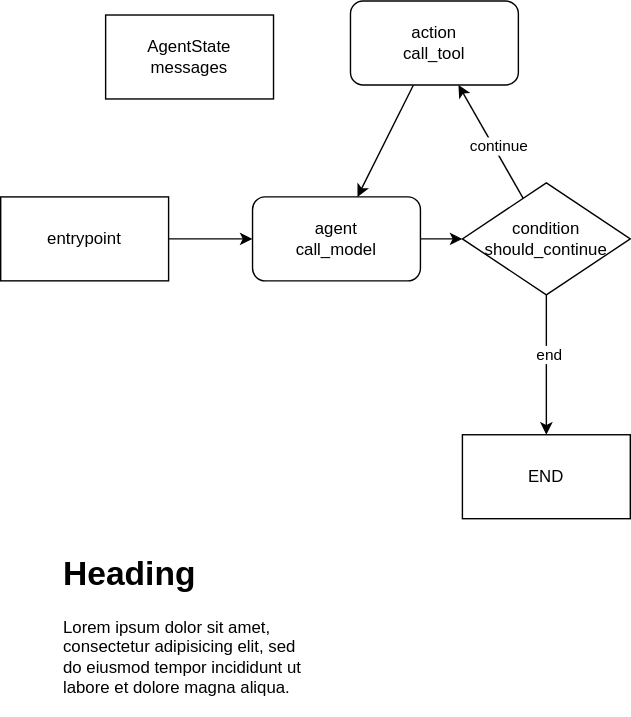
nakamasato/gpt-training keeps this draw.io diagram as docs/langchain/langgraph/langgraph.drawio.svg. Above is the earlier version. Source tidied: cells renumbered, new cells last; positions are measured from the earlier drawing's top-left corner, leaving out a move shared by most shapes.
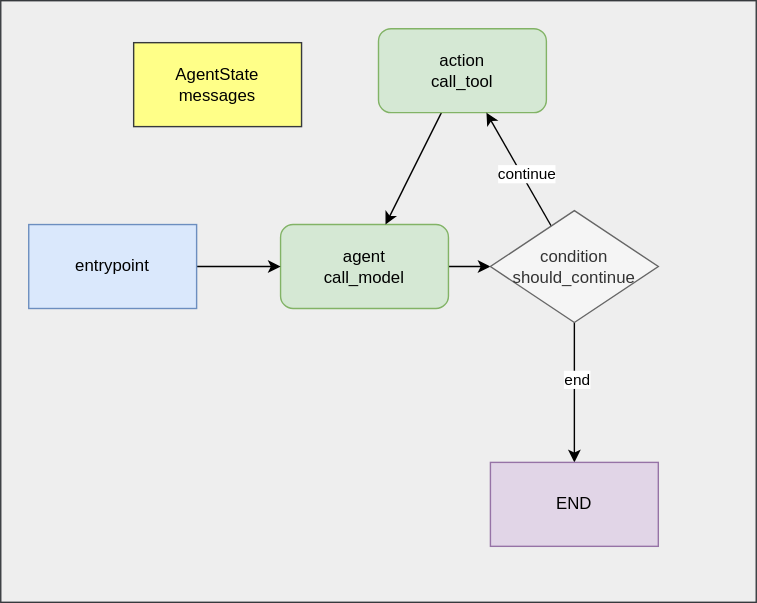
Later version of the same file.

The edit, as a diff of the source:
```diff
@@ -2,22 +2,25 @@
   <root>
     <mxCell id="0" />
     <mxCell id="1" parent="0" />
+    <mxCell id="15" style="rounded=0;whiteSpace=wrap;html=1;fillColor=#eeeeee;strokeColor=#36393d;" parent="1" vertex="1">
+      <mxGeometry x="-20" y="-20" width="540" height="430" as="geometry" />
+    </mxCell>
     <mxCell id="2" style="edgeStyle=none;html=1;" parent="1" edge="1" source="3" target="12">
       <mxGeometry relative="1" as="geometry" />
     </mxCell>
-    <mxCell id="3" value="agent&lt;br&gt;call_model" style="rounded=1;whiteSpace=wrap;html=1;" parent="1" vertex="1">
+    <mxCell id="3" value="agent&lt;br&gt;call_model" style="rounded=1;whiteSpace=wrap;html=1;fillColor=#d5e8d4;strokeColor=#82b366;" parent="1" vertex="1">
       <mxGeometry x="180" y="140" width="120" height="60" as="geometry" />
     </mxCell>
     <mxCell id="4" style="edgeStyle=none;html=1;" parent="1" edge="1" source="5" target="3">
       <mxGeometry relative="1" as="geometry" />
     </mxCell>
-    <mxCell id="5" value="action&lt;br&gt;call_tool" style="rounded=1;whiteSpace=wrap;html=1;" parent="1" vertex="1">
+    <mxCell id="5" value="action&lt;br&gt;call_tool" style="rounded=1;whiteSpace=wrap;html=1;fillColor=#d5e8d4;strokeColor=#82b366;" parent="1" vertex="1">
       <mxGeometry x="250" width="120" height="60" as="geometry" />
     </mxCell>
     <mxCell id="6" style="edgeStyle=none;html=1;" parent="1" edge="1" source="7" target="3">
       <mxGeometry relative="1" as="geometry" />
     </mxCell>
-    <mxCell id="7" value="entrypoint" style="rounded=0;whiteSpace=wrap;html=1;" parent="1" vertex="1">
+    <mxCell id="7" value="entrypoint" style="rounded=0;whiteSpace=wrap;html=1;fillColor=#dae8fc;strokeColor=#6c8ebf;" parent="1" vertex="1">
       <mxGeometry y="140" width="120" height="60" as="geometry" />
     </mxCell>
     <mxCell id="8" style="edgeStyle=none;html=1;" parent="1" edge="1" source="12" target="5">
@@ -32,17 +35,14 @@
     <mxCell id="11" value="end" style="edgeLabel;html=1;align=center;verticalAlign=middle;" parent="10" vertex="1">
       <mxGeometry x="-0.18" y="1" relative="1" as="geometry" />
     </mxCell>
-    <mxCell id="12" value="&amp;nbsp;condition&lt;br&gt;should_continue" style="rhombus;whiteSpace=wrap;html=1;" parent="1" vertex="1">
+    <mxCell id="12" value="&amp;nbsp;condition&lt;br&gt;should_continue" style="rhombus;whiteSpace=wrap;html=1;fillColor=#f5f5f5;fontColor=#333333;strokeColor=#666666;" parent="1" vertex="1">
       <mxGeometry x="330" y="130" width="120" height="80" as="geometry" />
     </mxCell>
-    <mxCell id="13" value="END" style="rounded=0;whiteSpace=wrap;html=1;" parent="1" vertex="1">
+    <mxCell id="13" value="END" style="rounded=0;whiteSpace=wrap;html=1;fillColor=#e1d5e7;strokeColor=#9673a6;" parent="1" vertex="1">
       <mxGeometry x="330" y="310" width="120" height="60" as="geometry" />
     </mxCell>
-    <mxCell id="14" value="AgentState&lt;br&gt;messages" style="rounded=0;whiteSpace=wrap;html=1;" parent="1" vertex="1">
+    <mxCell id="14" value="AgentState&lt;br&gt;messages" style="rounded=0;whiteSpace=wrap;html=1;fillColor=#ffff88;strokeColor=#36393d;" parent="1" vertex="1">
       <mxGeometry x="75" y="10" width="120" height="60" as="geometry" />
     </mxCell>
-    <mxCell id="15" value="&lt;h1&gt;Heading&lt;/h1&gt;&lt;p&gt;Lorem ipsum dolor sit amet, consectetur adipisicing elit, sed do eiusmod tempor incididunt ut labore et dolore magna aliqua.&lt;/p&gt;" style="text;html=1;strokeColor=none;fillColor=none;spacing=5;spacingTop=-20;whiteSpace=wrap;overflow=hidden;rounded=0;" parent="1" vertex="1">
-      <mxGeometry x="40" y="390" width="190" height="120" as="geometry" />
-    </mxCell>
   </root>
 </mxGraphModel>
```
